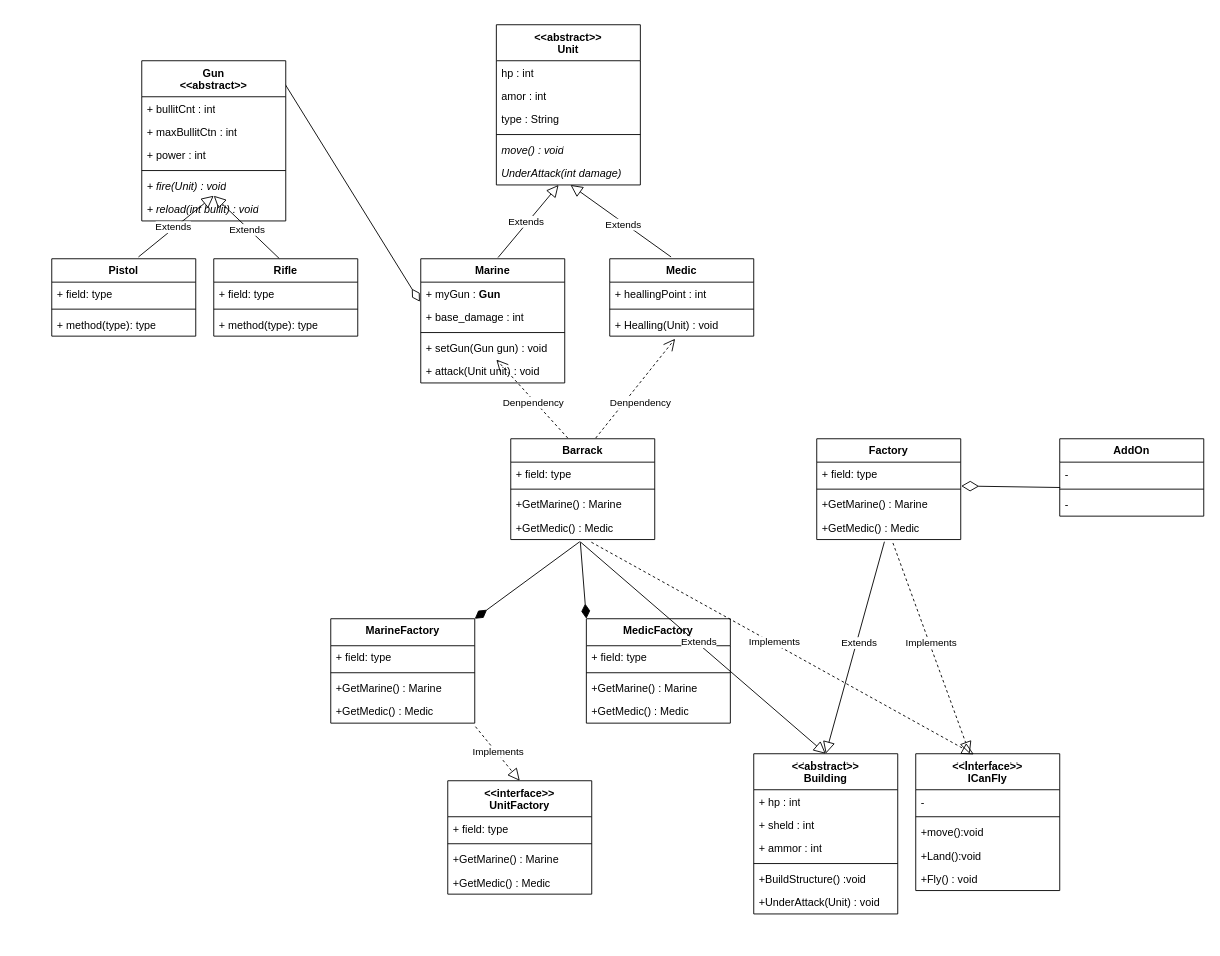
Jaewoong-Hwang/JAVA_KOREAIT keeps this draw.io diagram as javabook_my/src/ch35/02 StarCraft_new.drawio. Above is the earlier version. Source tidied: cells renumbered, new cells numbered last; positions are measured from the earlier drawing's top-left corner, leaving out a move shared by most shapes. Both pictures are drawn from the tidied source at 90%, with x=0, y=0 at pixel (51, 24).
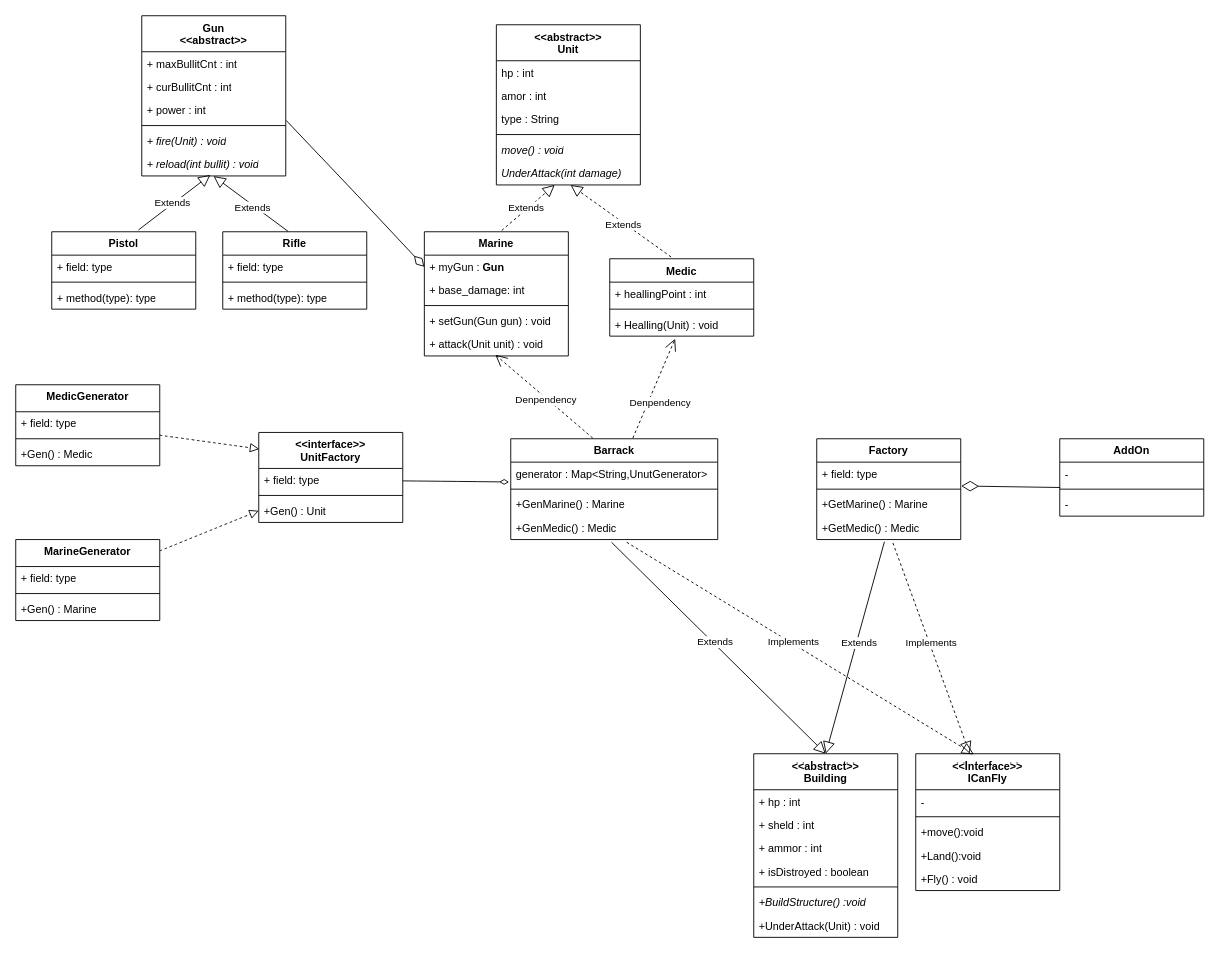
The same diagram, later.

The change refers to these unchanged cells:
```xml
<mxCell id="8" value="&lt;i&gt;UnderAttack(int damage)&lt;/i&gt;" style="text;strokeColor=none;fillColor=none;align=left;verticalAlign=top;spacingLeft=4;spacingRight=4;overflow=hidden;points=[[0,0.5],[1,0.5]];portConstraint=eastwest;whiteSpace=wrap;html=1;" parent="2" vertex="1">
  <mxGeometry y="152" width="160" height="26" as="geometry" />
</mxCell>
<mxCell id="10" value="&lt;div style=&quot;text-align: center;&quot;&gt;&lt;span style=&quot;background-color: initial;&quot;&gt;+ myGun : &lt;b&gt;Gun&lt;/b&gt;&lt;/span&gt;&lt;/div&gt;" style="text;strokeColor=none;fillColor=none;align=left;verticalAlign=top;spacingLeft=4;spacingRight=4;overflow=hidden;points=[[0,0.5],[1,0.5]];portConstraint=eastwest;whiteSpace=wrap;html=1;" parent="9" vertex="1">
  <mxGeometry y="26" width="160" height="26" as="geometry" />
</mxCell>
<mxCell id="14" value="+ attack(Unit unit) : void" style="text;strokeColor=none;fillColor=none;align=left;verticalAlign=top;spacingLeft=4;spacingRight=4;overflow=hidden;points=[[0,0.5],[1,0.5]];portConstraint=eastwest;whiteSpace=wrap;html=1;" parent="9" vertex="1">
  <mxGeometry y="112" width="160" height="26" as="geometry" />
</mxCell>
<mxCell id="15" value="Medic" style="swimlane;fontStyle=1;align=center;verticalAlign=top;horizontal=1;startSize=26;whiteSpace=wrap;html=1;" parent="1" vertex="1">
  <mxGeometry x="620" y="260" width="160" height="86" as="geometry" />
</mxCell>
<mxCell id="35" value="+ power : int" style="text;strokeColor=none;fillColor=none;align=left;verticalAlign=top;spacingLeft=4;spacingRight=4;overflow=hidden;points=[[0,0.5],[1,0.5]];portConstraint=eastwest;whiteSpace=wrap;html=1;" parent="32" vertex="1">
  <mxGeometry y="92" width="160" height="26" as="geometry" />
</mxCell>
<mxCell id="38" value="&lt;i&gt;+ reload(int bullit) : void&lt;/i&gt;" style="text;strokeColor=none;fillColor=none;align=left;verticalAlign=top;spacingLeft=4;spacingRight=4;overflow=hidden;points=[[0,0.5],[1,0.5]];portConstraint=eastwest;whiteSpace=wrap;html=1;" parent="32" vertex="1">
  <mxGeometry y="152" width="160" height="26" as="geometry" />
</mxCell>
<mxCell id="53" value="+ field: type" style="text;strokeColor=none;fillColor=none;align=left;verticalAlign=top;spacingLeft=4;spacingRight=4;overflow=hidden;points=[[0,0.5],[1,0.5]];portConstraint=eastwest;whiteSpace=wrap;html=1;" parent="52" vertex="1">
  <mxGeometry y="40" width="160" height="26" as="geometry" />
</mxCell>
```

What changed in the source:
```diff
@@
     <mxCell id="9" value="Marine" style="swimlane;fontStyle=1;align=center;verticalAlign=top;horizontal=1;startSize=26;whiteSpace=wrap;html=1;" parent="1" vertex="1">
-      <mxGeometry x="410" y="260" width="160" height="138" as="geometry" />
+      <mxGeometry x="414" y="230" width="160" height="138" as="geometry" />
     </mxCell>
@@
-    <mxCell id="11" value="+ base_damage : int" style="text;strokeColor=none;fillColor=none;align=left;verticalAlign=top;spacingLeft=4;spacingRight=4;overflow=hidden;whiteSpace=wrap;html=1;" parent="9" vertex="1">
+    <mxCell id="11" value="+ base_damage: int" style="text;strokeColor=none;fillColor=none;align=left;verticalAlign=top;spacingLeft=4;spacingRight=4;overflow=hidden;whiteSpace=wrap;html=1;" parent="9" vertex="1">
       <mxGeometry y="52" width="160" height="26" as="geometry" />
     </mxCell>
@@
-    <mxCell id="19" style="endArrow=block;html=1;rounded=0;exitX=0.537;exitY=-0.01;exitDx=0;exitDy=0;exitPerimeter=0;endFill=0;endSize=11;" parent="1" edge="1" source="9" target="8">
+    <mxCell id="19" style="endArrow=block;html=1;rounded=0;exitX=0.537;exitY=-0.01;exitDx=0;exitDy=0;exitPerimeter=0;endFill=0;endSize=11;dashed=1;" parent="1" edge="1" source="9" target="8">
       <mxGeometry relative="1" as="geometry" />
     </mxCell>
@@
-    <mxCell id="21" style="endArrow=block;html=1;rounded=0;exitX=0.426;exitY=-0.023;exitDx=0;exitDy=0;exitPerimeter=0;endFill=0;endSize=11;entryX=0.515;entryY=1;entryDx=0;entryDy=0;entryPerimeter=0;" parent="1" edge="1" source="15" target="8">
+    <mxCell id="21" style="endArrow=block;html=1;rounded=0;exitX=0.426;exitY=-0.023;exitDx=0;exitDy=0;exitPerimeter=0;endFill=0;endSize=11;entryX=0.515;entryY=1;entryDx=0;entryDy=0;entryPerimeter=0;dashed=1;" parent="1" edge="1" source="15" target="8">
       <mxGeometry relative="1" as="geometry" />
     </mxCell>
@@
     <mxCell id="23" value="Rifle" style="swimlane;fontStyle=1;align=center;verticalAlign=top;horizontal=1;startSize=26;whiteSpace=wrap;html=1;" parent="1" vertex="1">
-      <mxGeometry x="180" y="260" width="160" height="86" as="geometry" />
+      <mxGeometry x="190" y="230" width="160" height="86" as="geometry" />
     </mxCell>
@@
-    <mxCell id="27" style="endArrow=diamondThin;html=1;rounded=0;exitX=0.993;exitY=0.143;exitDx=0;exitDy=0;exitPerimeter=0;entryX=-0.006;entryY=0.835;entryDx=0;entryDy=0;entryPerimeter=0;endFill=0;endSize=14;" parent="1" edge="1" source="32" target="10">
-      <mxGeometry relative="1" as="geometry" />
+    <mxCell id="27" style="endArrow=diamondThin;html=1;rounded=0;exitX=1.003;exitY=0.934;exitDx=0;exitDy=0;exitPerimeter=0;entryX=0;entryY=0.5;entryDx=0;entryDy=0;endFill=0;endSize=14;" parent="1" edge="1" source="35" target="10">
+      <mxGeometry relative="1" as="geometry">
+        <Array as="points">
+          <mxPoint x="340" y="190" />
+        </Array>
+      </mxGeometry>
     </mxCell>
     <mxCell id="28" value="Pistol" style="swimlane;fontStyle=1;align=center;verticalAlign=top;horizontal=1;startSize=26;whiteSpace=wrap;html=1;" parent="1" vertex="1">
-      <mxGeometry y="260" width="160" height="86" as="geometry" />
+      <mxGeometry y="230" width="160" height="86" as="geometry" />
     </mxCell>
@@
     <mxCell id="32" value="Gun&lt;div&gt;&amp;lt;&amp;lt;abstract&amp;gt;&amp;gt;&lt;/div&gt;" style="swimlane;fontStyle=1;align=center;verticalAlign=top;horizontal=1;startSize=40;whiteSpace=wrap;html=1;" parent="1" vertex="1">
-      <mxGeometry x="100" y="40" width="160" height="178" as="geometry" />
+      <mxGeometry x="100" y="-10" width="160" height="178" as="geometry" />
     </mxCell>
-    <mxCell id="33" value="+ bullitCnt : int" style="text;strokeColor=none;fillColor=none;align=left;verticalAlign=top;spacingLeft=4;spacingRight=4;overflow=hidden;whiteSpace=wrap;html=1;" parent="32" vertex="1">
+    <mxCell id="33" value="+ maxBullitCnt : int" style="text;strokeColor=none;fillColor=none;align=left;verticalAlign=top;spacingLeft=4;spacingRight=4;overflow=hidden;whiteSpace=wrap;html=1;" parent="32" vertex="1">
       <mxGeometry y="40" width="160" height="26" as="geometry" />
     </mxCell>
-    <mxCell id="34" value="+ maxBullitCtn : int" style="text;strokeColor=none;fillColor=none;align=left;verticalAlign=top;spacingLeft=4;spacingRight=4;overflow=hidden;whiteSpace=wrap;html=1;" parent="32" vertex="1">
-      <mxGeometry y="66" width="160" height="26" as="geometry" />
-    </mxCell>
+    <mxCell id="102" value="+ curBullitCnt : int" style="text;strokeColor=none;fillColor=none;align=left;verticalAlign=top;spacingLeft=4;spacingRight=4;overflow=hidden;whiteSpace=wrap;html=1;" parent="32" vertex="1">
+      <mxGeometry y="66" width="160" height="26" as="geometry" />
+    </mxCell>
@@
-    <mxCell id="39" style="endArrow=block;html=1;rounded=0;exitX=0.455;exitY=-0.003;exitDx=0;exitDy=0;exitPerimeter=0;endFill=0;endSize=11;" parent="1" edge="1" source="23">
-      <mxGeometry relative="1" as="geometry">
-        <mxPoint x="180" y="190" as="targetPoint" />
-      </mxGeometry>
+    <mxCell id="39" style="endArrow=block;html=1;rounded=0;exitX=0.455;exitY=-0.003;exitDx=0;exitDy=0;exitPerimeter=0;endFill=0;endSize=11;entryX=0.499;entryY=1.008;entryDx=0;entryDy=0;entryPerimeter=0;" parent="1" edge="1" source="23" target="38">
+      <mxGeometry relative="1" as="geometry" />
     </mxCell>
@@
-    <mxCell id="41" style="endArrow=block;html=1;rounded=0;exitX=0.602;exitY=-0.023;exitDx=0;exitDy=0;exitPerimeter=0;endFill=0;endSize=11;" parent="1" edge="1" source="28">
-      <mxGeometry relative="1" as="geometry">
-        <mxPoint x="180" y="190" as="targetPoint" />
-      </mxGeometry>
+    <mxCell id="41" style="endArrow=block;html=1;rounded=0;exitX=0.602;exitY=-0.023;exitDx=0;exitDy=0;exitPerimeter=0;endFill=0;endSize=11;entryX=0.477;entryY=0.955;entryDx=0;entryDy=0;entryPerimeter=0;" parent="1" edge="1" source="28" target="38">
+      <mxGeometry relative="1" as="geometry" />
     </mxCell>
@@
     <mxCell id="43" value="Barrack" style="swimlane;fontStyle=1;align=center;verticalAlign=top;horizontal=1;startSize=26;whiteSpace=wrap;html=1;" parent="1" vertex="1">
-      <mxGeometry x="510" y="460" width="160" height="112" as="geometry" />
+      <mxGeometry x="510" y="460" width="230" height="112" as="geometry" />
     </mxCell>
-    <mxCell id="44" value="+ field: type" style="text;strokeColor=none;fillColor=none;align=left;verticalAlign=top;spacingLeft=4;spacingRight=4;overflow=hidden;points=[[0,0.5],[1,0.5]];portConstraint=eastwest;whiteSpace=wrap;html=1;" parent="43" vertex="1">
-      <mxGeometry y="26" width="160" height="26" as="geometry" />
+    <mxCell id="44" value="generator : Map&amp;lt;String,UnutGenerator&amp;gt;" style="text;strokeColor=none;fillColor=none;align=left;verticalAlign=top;spacingLeft=4;spacingRight=4;overflow=hidden;points=[[0,0.5],[1,0.5]];portConstraint=eastwest;whiteSpace=wrap;html=1;" parent="43" vertex="1">
+      <mxGeometry y="26" width="230" height="26" as="geometry" />
     </mxCell>
     <mxCell id="45" style="line;strokeWidth=1;fillColor=none;align=left;verticalAlign=middle;spacingTop=-1;spacingLeft=3;spacingRight=3;labelPosition=right;strokeColor=inherit;" parent="43" vertex="1">
-      <mxGeometry y="52" width="160" height="8" as="geometry" />
+      <mxGeometry y="52" width="230" height="8" as="geometry" />
     </mxCell>
-    <mxCell id="46" value="+GetMarine() : Marine" style="text;strokeColor=none;fillColor=none;align=left;verticalAlign=top;spacingLeft=4;spacingRight=4;overflow=hidden;whiteSpace=wrap;html=1;" parent="43" vertex="1">
-      <mxGeometry y="60" width="160" height="26" as="geometry" />
+    <mxCell id="46" value="+GenMarine() : Marine" style="text;strokeColor=none;fillColor=none;align=left;verticalAlign=top;spacingLeft=4;spacingRight=4;overflow=hidden;whiteSpace=wrap;html=1;" parent="43" vertex="1">
+      <mxGeometry y="60" width="230" height="26" as="geometry" />
     </mxCell>
-    <mxCell id="47" value="+GetMedic() : Medic" style="text;strokeColor=none;fillColor=none;align=left;verticalAlign=top;spacingLeft=4;spacingRight=4;overflow=hidden;points=[[0,0.5],[1,0.5]];portConstraint=eastwest;whiteSpace=wrap;html=1;" parent="43" vertex="1">
-      <mxGeometry y="86" width="160" height="26" as="geometry" />
+    <mxCell id="47" value="+GenMedic() : Medic" style="text;strokeColor=none;fillColor=none;align=left;verticalAlign=top;spacingLeft=4;spacingRight=4;overflow=hidden;points=[[0,0.5],[1,0.5]];portConstraint=eastwest;whiteSpace=wrap;html=1;" parent="43" vertex="1">
+      <mxGeometry y="86" width="230" height="26" as="geometry" />
     </mxCell>
-    <mxCell id="48" style="endArrow=open;html=1;rounded=0;exitX=0.396;exitY=-0.007;exitDx=0;exitDy=0;exitPerimeter=0;endFill=0;endSize=11;dashed=1;" parent="1" edge="1" source="43">
-      <mxGeometry relative="1" as="geometry">
-        <mxPoint x="494" y="372" as="targetPoint" />
-      </mxGeometry>
+    <mxCell id="48" style="endArrow=open;html=1;rounded=0;exitX=0.396;exitY=-0.007;exitDx=0;exitDy=0;exitPerimeter=0;endFill=0;endSize=11;dashed=1;entryX=0.493;entryY=0.951;entryDx=0;entryDy=0;entryPerimeter=0;" parent="1" edge="1" source="43" target="14">
+      <mxGeometry relative="1" as="geometry" />
     </mxCell>
@@
     <mxCell id="52" value="&amp;lt;&amp;lt;interface&amp;gt;&amp;gt;&lt;div&gt;UnitFactory&lt;/div&gt;" style="swimlane;fontStyle=1;align=center;verticalAlign=top;horizontal=1;startSize=40;whiteSpace=wrap;html=1;" parent="1" vertex="1">
-      <mxGeometry x="440" y="840" width="160" height="126" as="geometry" />
+      <mxGeometry x="230" y="453" width="160" height="100" as="geometry" />
     </mxCell>
@@
-    <mxCell id="55" value="+GetMarine() : Marine" style="text;strokeColor=none;fillColor=none;align=left;verticalAlign=top;spacingLeft=4;spacingRight=4;overflow=hidden;points=[[0,0.5],[1,0.5]];portConstraint=eastwest;whiteSpace=wrap;html=1;" parent="52" vertex="1">
+    <mxCell id="55" value="+Gen() : Unit" style="text;strokeColor=none;fillColor=none;align=left;verticalAlign=top;spacingLeft=4;spacingRight=4;overflow=hidden;points=[[0,0.5],[1,0.5]];portConstraint=eastwest;whiteSpace=wrap;html=1;" parent="52" vertex="1">
       <mxGeometry y="74" width="160" height="26" as="geometry" />
     </mxCell>
-    <mxCell id="56" value="+GetMedic() : Medic" style="text;strokeColor=none;fillColor=none;align=left;verticalAlign=top;spacingLeft=4;spacingRight=4;overflow=hidden;whiteSpace=wrap;html=1;" parent="52" vertex="1">
-      <mxGeometry y="100" width="160" height="26" as="geometry" />
-    </mxCell>
-    <mxCell id="57" value="MarineFactory" style="swimlane;fontStyle=1;align=center;verticalAlign=top;horizontal=1;startSize=30;whiteSpace=wrap;html=1;" parent="1" vertex="1">
-      <mxGeometry x="310" y="660" width="160" height="116" as="geometry" />
+    <mxCell id="57" value="MedicGenerator" style="swimlane;fontStyle=1;align=center;verticalAlign=top;horizontal=1;startSize=30;whiteSpace=wrap;html=1;" parent="1" vertex="1">
+      <mxGeometry x="-40" y="400" width="160" height="90" as="geometry" />
     </mxCell>
@@
-    <mxCell id="60" value="+GetMarine() : Marine" style="text;strokeColor=none;fillColor=none;align=left;verticalAlign=top;spacingLeft=4;spacingRight=4;overflow=hidden;whiteSpace=wrap;html=1;" parent="57" vertex="1">
-      <mxGeometry y="64" width="160" height="26" as="geometry" />
-    </mxCell>
-    <mxCell id="61" value="+GetMedic() : Medic" style="text;strokeColor=none;fillColor=none;align=left;verticalAlign=top;spacingLeft=4;spacingRight=4;overflow=hidden;points=[[0,0.5],[1,0.5]];portConstraint=eastwest;whiteSpace=wrap;html=1;" parent="57" vertex="1">
-      <mxGeometry y="90" width="160" height="26" as="geometry" />
+    <mxCell id="61" value="+Gen() : Medic" style="text;strokeColor=none;fillColor=none;align=left;verticalAlign=top;spacingLeft=4;spacingRight=4;overflow=hidden;points=[[0,0.5],[1,0.5]];portConstraint=eastwest;whiteSpace=wrap;html=1;" parent="57" vertex="1">
+      <mxGeometry y="64" width="160" height="26" as="geometry" />
     </mxCell>
-    <mxCell id="62" value="MedicFactory" style="swimlane;fontStyle=1;align=center;verticalAlign=top;horizontal=1;startSize=30;whiteSpace=wrap;html=1;" parent="1" vertex="1">
-      <mxGeometry x="594" y="660" width="160" height="116" as="geometry" />
-    </mxCell>
-    <mxCell id="63" value="+ field: type" style="text;strokeColor=none;fillColor=none;align=left;verticalAlign=top;spacingLeft=4;spacingRight=4;overflow=hidden;whiteSpace=wrap;html=1;" parent="62" vertex="1">
-      <mxGeometry y="30" width="160" height="26" as="geometry" />
-    </mxCell>
-    <mxCell id="64" style="line;strokeWidth=1;fillColor=none;align=left;verticalAlign=middle;spacingTop=-1;spacingLeft=3;spacingRight=3;labelPosition=right;strokeColor=inherit;" parent="62" vertex="1">
-      <mxGeometry y="56" width="160" height="8" as="geometry" />
-    </mxCell>
-    <mxCell id="65" value="+GetMarine() : Marine" style="text;strokeColor=none;fillColor=none;align=left;verticalAlign=top;spacingLeft=4;spacingRight=4;overflow=hidden;whiteSpace=wrap;html=1;" parent="62" vertex="1">
-      <mxGeometry y="64" width="160" height="26" as="geometry" />
-    </mxCell>
-    <mxCell id="66" value="+GetMedic() : Medic" style="text;strokeColor=none;fillColor=none;align=left;verticalAlign=top;spacingLeft=4;spacingRight=4;overflow=hidden;whiteSpace=wrap;html=1;" parent="62" vertex="1">
-      <mxGeometry y="90" width="160" height="26" as="geometry" />
-    </mxCell>
-    <mxCell id="67" style="endArrow=block;html=1;rounded=0;exitX=1.005;exitY=1.151;exitDx=0;exitDy=0;exitPerimeter=0;endFill=0;endSize=11;entryX=0.5;entryY=0;entryDx=0;entryDy=0;dashed=1;" parent="1" edge="1" source="61" target="52">
-      <mxGeometry relative="1" as="geometry" />
-    </mxCell>
-    <mxCell id="68" value="Implements" style="edgeLabel;html=1;align=center;verticalAlign=middle;" parent="67" vertex="1">
-      <mxGeometry x="-0.05" y="2" relative="1" as="geometry" />
-    </mxCell>
@@
-    <mxCell id="71" style="endArrow=diamondThin;html=1;rounded=0;exitX=0.479;exitY=1.093;exitDx=0;exitDy=0;exitPerimeter=0;entryX=1;entryY=0;entryDx=0;entryDy=0;endFill=1;endSize=14;" parent="1" edge="1" source="47" target="57">
-      <mxGeometry relative="1" as="geometry" />
-    </mxCell>
-    <mxCell id="72" style="endArrow=diamondThin;html=1;rounded=0;exitX=0.483;exitY=1.093;exitDx=0;exitDy=0;exitPerimeter=0;entryX=0;entryY=0;entryDx=0;entryDy=0;endFill=1;endSize=14;" parent="1" edge="1" source="47" target="62">
-      <mxGeometry relative="1" as="geometry" />
-    </mxCell>
@@
     <mxCell id="78" value="&lt;div&gt;&amp;lt;&amp;lt;abstract&amp;gt;&amp;gt;&lt;/div&gt;Building" style="swimlane;fontStyle=1;align=center;verticalAlign=top;horizontal=1;startSize=40;whiteSpace=wrap;html=1;" parent="1" vertex="1">
-      <mxGeometry x="780" y="810" width="160" height="178" as="geometry" />
+      <mxGeometry x="780" y="810" width="160" height="204" as="geometry" />
     </mxCell>
@@
+    <mxCell id="103" value="&lt;div&gt;+ isDistroyed : boolean&lt;/div&gt;" style="text;strokeColor=none;fillColor=none;align=left;verticalAlign=top;spacingLeft=4;spacingRight=4;overflow=hidden;whiteSpace=wrap;html=1;" parent="78" vertex="1">
+      <mxGeometry y="118" width="160" height="26" as="geometry" />
+    </mxCell>
     <mxCell id="82" style="line;strokeWidth=1;fillColor=none;align=left;verticalAlign=middle;spacingTop=-1;spacingLeft=3;spacingRight=3;labelPosition=right;strokeColor=inherit;" parent="78" vertex="1">
-      <mxGeometry y="118" width="160" height="8" as="geometry" />
+      <mxGeometry y="144" width="160" height="8" as="geometry" />
     </mxCell>
-    <mxCell id="83" value="+BuildStructure() :void" style="text;strokeColor=none;fillColor=none;align=left;verticalAlign=top;spacingLeft=4;spacingRight=4;overflow=hidden;whiteSpace=wrap;html=1;" parent="78" vertex="1">
-      <mxGeometry y="126" width="160" height="26" as="geometry" />
+    <mxCell id="83" value="+BuildStructure() :void" style="text;strokeColor=none;fillColor=none;align=left;verticalAlign=top;spacingLeft=4;spacingRight=4;overflow=hidden;whiteSpace=wrap;html=1;fontStyle=2;" parent="78" vertex="1">
+      <mxGeometry y="152" width="160" height="26" as="geometry" />
     </mxCell>
     <mxCell id="84" value="+UnderAttack(Unit) : void" style="text;strokeColor=none;fillColor=none;align=left;verticalAlign=top;spacingLeft=4;spacingRight=4;overflow=hidden;whiteSpace=wrap;html=1;" parent="78" vertex="1">
-      <mxGeometry y="152" width="160" height="26" as="geometry" />
+      <mxGeometry y="178" width="160" height="26" as="geometry" />
     </mxCell>
@@
+    <mxCell id="104" style="edgeStyle=none;curved=1;rounded=0;jettySize=auto;html=1;entryX=0;entryY=0.5;entryDx=0;entryDy=0;fontSize=12;startSize=8;endSize=8;endArrow=block;endFill=0;dashed=1;" parent="1" edge="1" source="105" target="55">
+      <mxGeometry relative="1" as="geometry" />
+    </mxCell>
+    <mxCell id="105" value="MarineGenerator" style="swimlane;fontStyle=1;align=center;verticalAlign=top;horizontal=1;startSize=30;whiteSpace=wrap;html=1;" parent="1" vertex="1">
+      <mxGeometry x="-40" y="572" width="160" height="90" as="geometry" />
+    </mxCell>
+    <mxCell id="63" value="+ field: type" style="text;strokeColor=none;fillColor=none;align=left;verticalAlign=top;spacingLeft=4;spacingRight=4;overflow=hidden;whiteSpace=wrap;html=1;" parent="105" vertex="1">
+      <mxGeometry y="30" width="160" height="26" as="geometry" />
+    </mxCell>
+    <mxCell id="64" style="line;strokeWidth=1;fillColor=none;align=left;verticalAlign=middle;spacingTop=-1;spacingLeft=3;spacingRight=3;labelPosition=right;strokeColor=inherit;" parent="105" vertex="1">
+      <mxGeometry y="56" width="160" height="8" as="geometry" />
+    </mxCell>
+    <mxCell id="106" value="+Gen() : Marine" style="text;strokeColor=none;fillColor=none;align=left;verticalAlign=top;spacingLeft=4;spacingRight=4;overflow=hidden;whiteSpace=wrap;html=1;" parent="105" vertex="1">
+      <mxGeometry y="64" width="160" height="26" as="geometry" />
+    </mxCell>
+    <mxCell id="107" style="edgeStyle=none;curved=1;rounded=0;jettySize=auto;html=1;entryX=-0.008;entryY=0.846;entryDx=0;entryDy=0;entryPerimeter=0;fontSize=12;startSize=8;endSize=8;endArrow=diamondThin;endFill=0;" parent="1" edge="1" source="53" target="44">
+      <mxGeometry relative="1" as="geometry" />
+    </mxCell>
+    <mxCell id="108" style="edgeStyle=none;curved=1;rounded=0;jettySize=auto;html=1;entryX=0.004;entryY=0.184;entryDx=0;entryDy=0;entryPerimeter=0;fontSize=12;startSize=8;endSize=8;endArrow=block;endFill=0;dashed=1;" parent="1" edge="1" source="57" target="52">
+      <mxGeometry relative="1" as="geometry" />
+    </mxCell>
```
